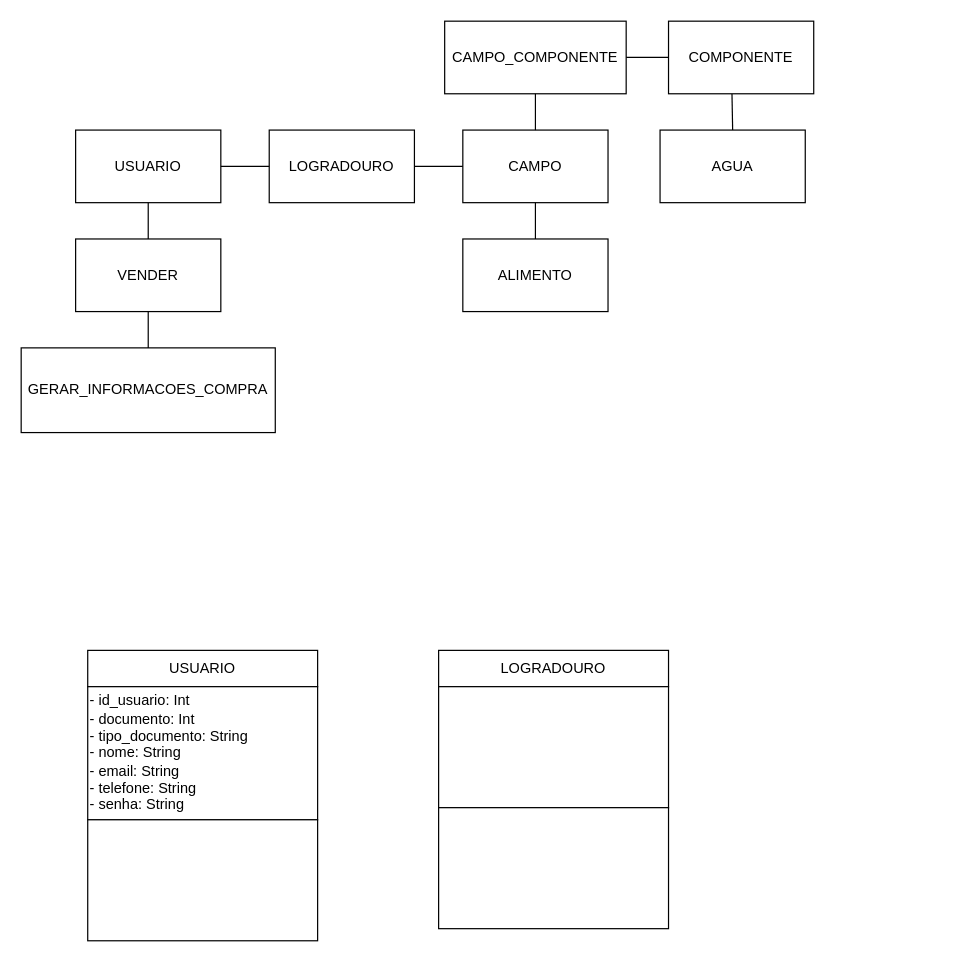
Thiago163/POC_MUNDO_VERDE keeps this draw.io diagram as diagrama_de_classes.drawio. Above is the earlier version. Source tidied: cells renumbered, new cells numbered last; positions are measured from the earlier drawing's top-left corner, leaving out a move shared by most shapes. Both pictures are drawn from the tidied source at 121%, with x=0, y=0 at pixel (21, 21).
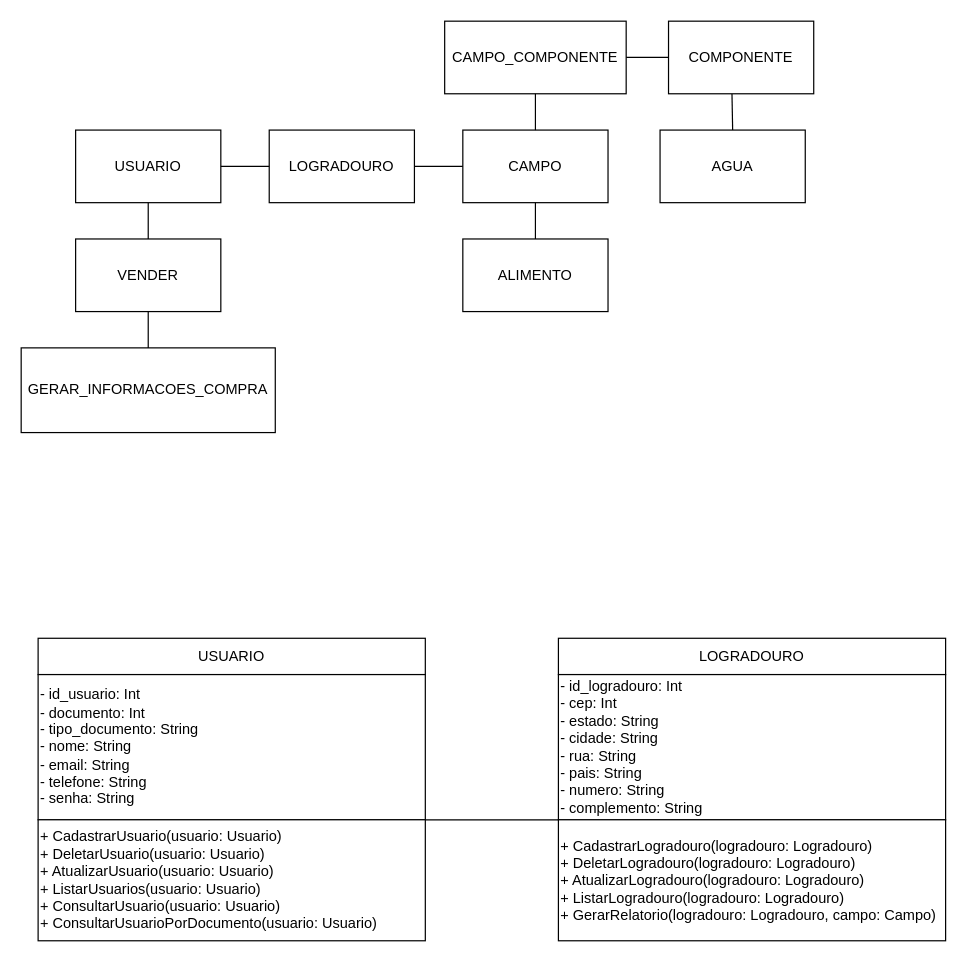
The same diagram, later.

What changed in the source:
```diff
@@
     <mxCell id="19" value="USUARIO" style="rounded=0;whiteSpace=wrap;html=1;" parent="1" vertex="1">
-      <mxGeometry x="55" y="520" width="190" height="30" as="geometry" />
+      <mxGeometry x="14" y="510" width="320" height="30" as="geometry" />
     </mxCell>
     <mxCell id="20" value="- id_usuario: Int&lt;div&gt;- documento: Int&lt;/div&gt;&lt;div&gt;- tipo_documento: String&lt;/div&gt;&lt;div&gt;- nome: String&lt;/div&gt;&lt;div&gt;- email: String&lt;/div&gt;&lt;div&gt;- telefone: String&lt;/div&gt;&lt;div&gt;- senha: String&lt;/div&gt;" style="rounded=0;whiteSpace=wrap;html=1;align=left;" parent="1" vertex="1">
-      <mxGeometry x="55" y="550" width="190" height="110" as="geometry" />
+      <mxGeometry x="14" y="540" width="320" height="120" as="geometry" />
     </mxCell>
-    <mxCell id="21" style="rounded=0;whiteSpace=wrap;html=1;" parent="1" vertex="1">
-      <mxGeometry x="55" y="660" width="190" height="100" as="geometry" />
+    <mxCell id="21" value="+ CadastrarUsuario(usuario: Usuario)&lt;div&gt;+ DeletarUsuario(usuario: Usuario)&lt;/div&gt;&lt;div&gt;+ AtualizarUsuario(usuario: Usuario)&lt;/div&gt;&lt;div&gt;+ ListarUsuarios(usuario: Usuario)&lt;/div&gt;&lt;div&gt;+ ConsultarUsuario&lt;span style=&quot;background-color: initial;&quot;&gt;(usuario: Usuario)&lt;/span&gt;&lt;/div&gt;&lt;div&gt;&lt;span style=&quot;background-color: initial;&quot;&gt;+ ConsultarUsuarioPorDocumento&lt;/span&gt;&lt;span style=&quot;background-color: initial;&quot;&gt;(usuario: Usuario)&lt;/span&gt;&lt;/div&gt;" style="rounded=0;whiteSpace=wrap;html=1;align=left;" parent="1" vertex="1">
+      <mxGeometry x="14" y="660" width="320" height="100" as="geometry" />
     </mxCell>
     <mxCell id="22" value="LOGRADOURO" style="rounded=0;whiteSpace=wrap;html=1;" parent="1" vertex="1">
-      <mxGeometry x="345" y="520" width="190" height="30" as="geometry" />
+      <mxGeometry x="444" y="510" width="320" height="30" as="geometry" />
     </mxCell>
-    <mxCell id="23" style="rounded=0;whiteSpace=wrap;html=1;" parent="1" vertex="1">
-      <mxGeometry x="345" y="550" width="190" height="100" as="geometry" />
-    </mxCell>
-    <mxCell id="24" style="rounded=0;whiteSpace=wrap;html=1;" parent="1" vertex="1">
-      <mxGeometry x="345" y="650" width="190" height="100" as="geometry" />
-    </mxCell>
+    <mxCell id="25" value="- id_logradouro: Int&lt;div&gt;- cep: Int&lt;/div&gt;&lt;div&gt;- estado: String&lt;/div&gt;&lt;div&gt;- cidade: String&lt;/div&gt;&lt;div&gt;- rua: String&lt;/div&gt;&lt;div&gt;- pais: String&lt;/div&gt;&lt;div&gt;- numero: String&lt;/div&gt;&lt;div&gt;- complemento: String&lt;/div&gt;" style="rounded=0;whiteSpace=wrap;html=1;align=left;" parent="1" vertex="1">
+      <mxGeometry x="444" y="540" width="320" height="120" as="geometry" />
+    </mxCell>
+    <mxCell id="26" value="+ CadastrarLogradouro(logradouro: Logradouro)&lt;div&gt;+ DeletarLogradouro(logradouro: Logradouro)&lt;/div&gt;&lt;div&gt;+ AtualizarLogradouro&lt;span style=&quot;background-color: initial;&quot;&gt;(logradouro: Logradouro)&lt;/span&gt;&lt;/div&gt;&lt;div&gt;+ ListarLogradouro&lt;span style=&quot;background-color: initial;&quot;&gt;(logradouro: Logradouro)&lt;/span&gt;&lt;/div&gt;&lt;div&gt;+ GerarRelatorio&lt;span style=&quot;background-color: initial;&quot;&gt;(logradouro: Logradouro, campo: Campo)&lt;/span&gt;&lt;/div&gt;" style="rounded=0;whiteSpace=wrap;html=1;align=left;" parent="1" vertex="1">
+      <mxGeometry x="444" y="660" width="320" height="100" as="geometry" />
+    </mxCell>
+    <mxCell id="27" style="endArrow=none;html=1;rounded=0;exitX=1;exitY=0;exitDx=0;exitDy=0;entryX=0;entryY=1;entryDx=0;entryDy=0;" parent="1" edge="1" source="21" target="25">
+      <mxGeometry relative="1" as="geometry" />
+    </mxCell>
```
